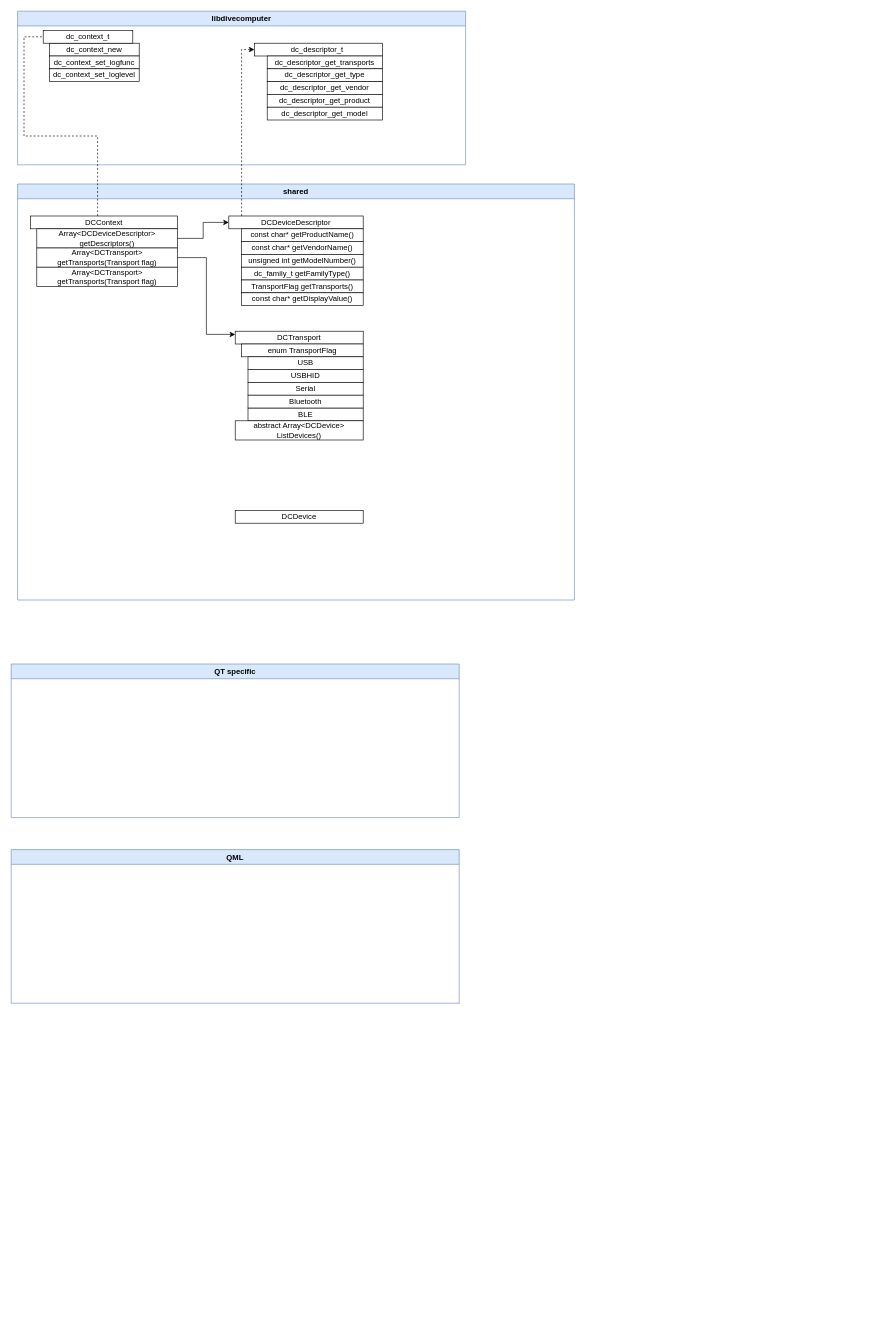
This is qt-libdivecomputer.drawio from blackshadev/qt-dive-uploader, a draw.io file, before an edit. Source tidied: cells renumbered, new cells numbered last; positions are measured from the earlier drawing's top-left corner, leaving out a move shared by most shapes. Both pictures are drawn from the tidied source at 64%, with x=0, y=0 at pixel (11, 11).
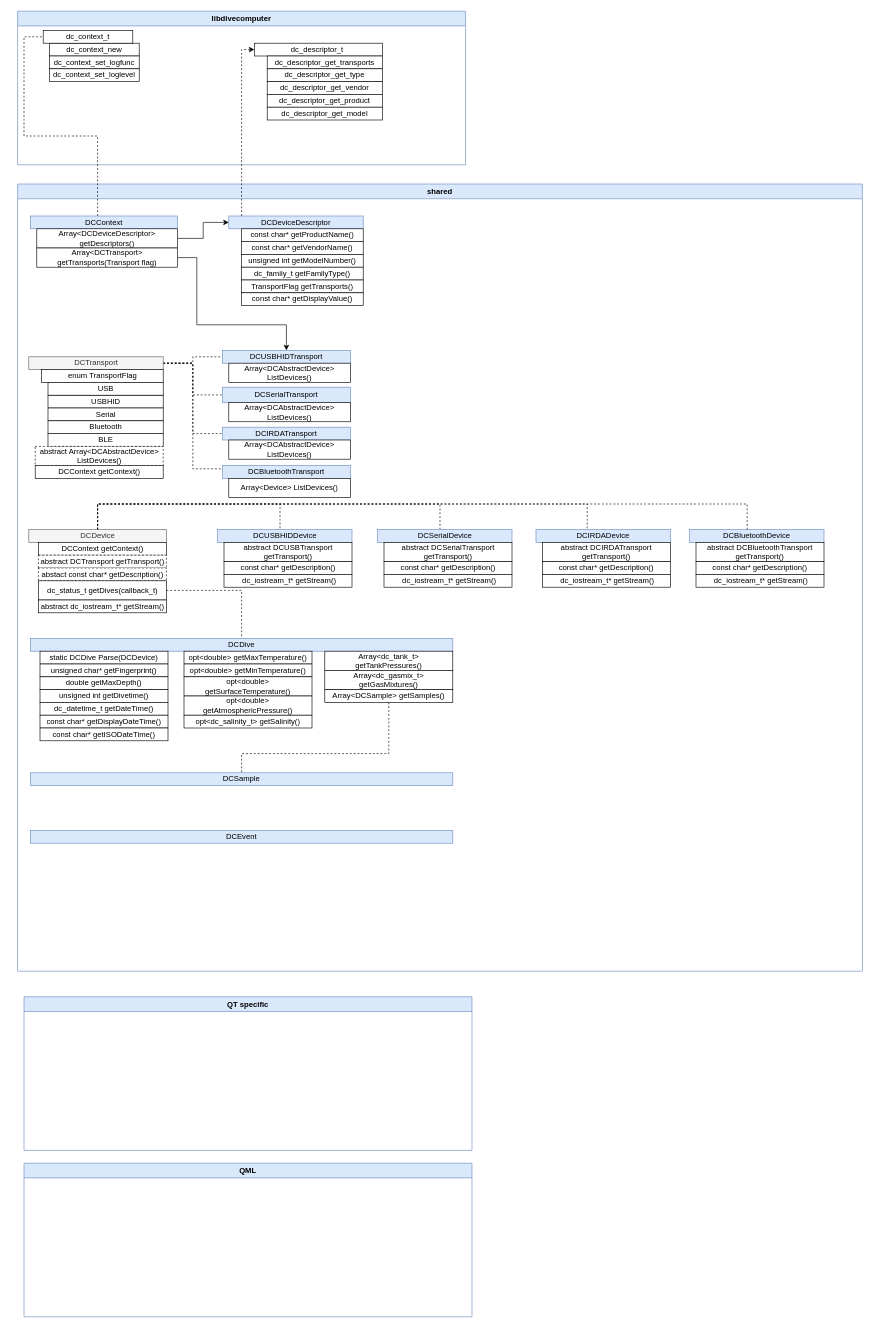
Above is the later version.

Unchanged cells that the change refers to:
```xml
<mxCell id="31" value="Array&amp;lt;DCTransport&amp;gt; getTransports(Transport flag)" style="rounded=0;whiteSpace=wrap;html=1;" parent="13" vertex="1">
  <mxGeometry x="30" y="100" width="220" height="30" as="geometry" />
</mxCell>
```

What changed in the source:
```diff
@@
     <mxCell id="13" value="shared" style="swimlane;fillColor=#dae8fc;strokeColor=#6c8ebf;" parent="1" vertex="1">
-      <mxGeometry x="10" y="270" width="870" height="650" as="geometry" />
+      <mxGeometry x="10" y="270" width="1320" height="1230" as="geometry" />
     </mxCell>
-    <mxCell id="14" value="DCContext" style="rounded=0;whiteSpace=wrap;html=1;" parent="13" vertex="1">
+    <mxCell id="14" value="DCContext" style="rounded=0;whiteSpace=wrap;html=1;fillColor=#dae8fc;strokeColor=#6c8ebf;" parent="13" vertex="1">
       <mxGeometry x="20" y="50" width="230" height="20" as="geometry" />
     </mxCell>
@@
-    <mxCell id="17" value="DCDeviceDescriptor" style="rounded=0;whiteSpace=wrap;html=1;" parent="13" vertex="1">
+    <mxCell id="17" value="DCDeviceDescriptor" style="rounded=0;whiteSpace=wrap;html=1;fillColor=#dae8fc;strokeColor=#6c8ebf;" parent="13" vertex="1">
       <mxGeometry x="330" y="50" width="210" height="20" as="geometry" />
     </mxCell>
@@
     <mxCell id="23" value="BLE" style="rounded=0;whiteSpace=wrap;html=1;" parent="13" vertex="1">
-      <mxGeometry x="360" y="350" width="180" height="20" as="geometry" />
+      <mxGeometry x="47.5" y="390" width="180" height="20" as="geometry" />
     </mxCell>
+    <mxCell id="40" style="edgeStyle=orthogonalEdgeStyle;rounded=0;jettySize=auto;html=1;entryX=0;entryY=0.5;entryDx=0;entryDy=0;endArrow=none;endFill=0;dashed=1;" parent="13" edge="1" source="24" target="48">
+      <mxGeometry relative="1" as="geometry" />
+    </mxCell>
+    <mxCell id="41" style="edgeStyle=orthogonalEdgeStyle;rounded=0;jettySize=auto;html=1;entryX=0;entryY=0.5;entryDx=0;entryDy=0;dashed=1;endArrow=none;endFill=0;" parent="13" edge="1" source="24" target="49">
+      <mxGeometry relative="1" as="geometry" />
+    </mxCell>
+    <mxCell id="42" style="edgeStyle=orthogonalEdgeStyle;rounded=0;jettySize=auto;html=1;entryX=0;entryY=0.5;entryDx=0;entryDy=0;dashed=1;endArrow=none;endFill=0;" parent="13" edge="1" source="24" target="50">
+      <mxGeometry relative="1" as="geometry" />
+    </mxCell>
+    <mxCell id="43" style="edgeStyle=orthogonalEdgeStyle;rounded=0;jettySize=auto;html=1;entryX=0;entryY=0.25;entryDx=0;entryDy=0;dashed=1;endArrow=none;endFill=0;" parent="13" edge="1" source="24" target="51">
+      <mxGeometry relative="1" as="geometry" />
+    </mxCell>
-    <mxCell id="24" value="DCTransport" style="rounded=0;whiteSpace=wrap;html=1;" parent="13" vertex="1">
-      <mxGeometry x="340" y="230" width="200" height="20" as="geometry" />
+    <mxCell id="24" value="DCTransport" style="rounded=0;whiteSpace=wrap;html=1;fillColor=#f5f5f5;strokeColor=#666666;fontColor=#333333;" parent="13" vertex="1">
+      <mxGeometry x="17.5" y="270" width="210" height="20" as="geometry" />
     </mxCell>
     <mxCell id="25" value="enum TransportFlag" style="rounded=0;whiteSpace=wrap;html=1;" parent="13" vertex="1">
-      <mxGeometry x="350" y="250" width="190" height="20" as="geometry" />
+      <mxGeometry x="37.5" y="290" width="190" height="20" as="geometry" />
     </mxCell>
     <mxCell id="26" value="USBHID" style="rounded=0;whiteSpace=wrap;html=1;" parent="13" vertex="1">
-      <mxGeometry x="360" y="290" width="180" height="20" as="geometry" />
+      <mxGeometry x="47.5" y="330" width="180" height="20" as="geometry" />
     </mxCell>
     <mxCell id="27" value="USB" style="rounded=0;whiteSpace=wrap;html=1;" parent="13" vertex="1">
-      <mxGeometry x="360" y="270" width="180" height="20" as="geometry" />
+      <mxGeometry x="47.5" y="310" width="180" height="20" as="geometry" />
     </mxCell>
     <mxCell id="28" value="Serial" style="rounded=0;whiteSpace=wrap;html=1;" parent="13" vertex="1">
-      <mxGeometry x="360" y="310" width="180" height="20" as="geometry" />
+      <mxGeometry x="47.5" y="350" width="180" height="20" as="geometry" />
     </mxCell>
     <mxCell id="29" value="Bluetooth" style="rounded=0;whiteSpace=wrap;html=1;" parent="13" vertex="1">
-      <mxGeometry x="360" y="330" width="180" height="20" as="geometry" />
+      <mxGeometry x="47.5" y="370" width="180" height="20" as="geometry" />
     </mxCell>
-    <mxCell id="30" style="edgeStyle=orthogonalEdgeStyle;rounded=0;jettySize=auto;html=1;entryX=0;entryY=0.25;entryDx=0;entryDy=0;endArrow=classic;endFill=1;" parent="13" edge="1" source="31" target="24">
-      <mxGeometry relative="1" as="geometry" />
-    </mxCell>
+    <mxCell id="44" style="edgeStyle=orthogonalEdgeStyle;rounded=0;jettySize=auto;html=1;endArrow=classic;endFill=1;" parent="13" edge="1" source="31" target="48">
+      <mxGeometry relative="1" as="geometry">
+        <Array as="points">
+          <mxPoint x="280" y="115" />
+          <mxPoint x="280" y="220" />
+          <mxPoint x="420" y="220" />
+        </Array>
+      </mxGeometry>
+    </mxCell>
@@
-    <mxCell id="32" value="abstract Array&amp;lt;DCDevice&amp;gt; ListDevices()" style="rounded=0;whiteSpace=wrap;html=1;" parent="13" vertex="1">
-      <mxGeometry x="340" y="370" width="200" height="30" as="geometry" />
+    <mxCell id="32" value="abstract Array&amp;lt;DCAbstractDevice&amp;gt; ListDevices()" style="rounded=0;whiteSpace=wrap;html=1;dashed=1;" parent="13" vertex="1">
+      <mxGeometry x="27.5" y="410" width="200" height="30" as="geometry" />
     </mxCell>
@@
+    <mxCell id="45" style="edgeStyle=orthogonalEdgeStyle;rounded=0;jettySize=auto;html=1;endArrow=none;endFill=0;strokeColor=#000000;dashed=1;" parent="13" edge="1" source="34" target="55">
+      <mxGeometry relative="1" as="geometry">
+        <Array as="points">
+          <mxPoint x="125" y="500" />
+          <mxPoint x="410" y="500" />
+        </Array>
+      </mxGeometry>
+    </mxCell>
+    <mxCell id="46" style="edgeStyle=orthogonalEdgeStyle;rounded=0;jettySize=auto;html=1;dashed=1;endArrow=none;endFill=0;strokeColor=#000000;" parent="13" edge="1" source="34" target="59">
+      <mxGeometry relative="1" as="geometry">
+        <Array as="points">
+          <mxPoint x="125" y="500" />
+          <mxPoint x="660" y="500" />
+        </Array>
+      </mxGeometry>
+    </mxCell>
+    <mxCell id="47" style="edgeStyle=orthogonalEdgeStyle;rounded=0;jettySize=auto;html=1;dashed=1;endArrow=none;endFill=0;strokeColor=#000000;" parent="13" edge="1" source="34" target="66">
+      <mxGeometry relative="1" as="geometry">
+        <Array as="points">
+          <mxPoint x="125" y="500" />
+          <mxPoint x="890" y="500" />
+        </Array>
+      </mxGeometry>
+    </mxCell>
-    <mxCell id="34" value="DCDevice" style="rounded=0;whiteSpace=wrap;html=1;" parent="13" vertex="1">
-      <mxGeometry x="340" y="510" width="200" height="20" as="geometry" />
+    <mxCell id="34" value="DCDevice" style="rounded=0;whiteSpace=wrap;html=1;fillColor=#f5f5f5;strokeColor=#666666;fontColor=#333333;" parent="13" vertex="1">
+      <mxGeometry x="17.5" y="540" width="215" height="20" as="geometry" />
     </mxCell>
-    <mxCell id="35" value="Array&amp;lt;DCTransport&amp;gt; getTransports(Transport flag)" style="rounded=0;whiteSpace=wrap;html=1;" parent="13" vertex="1">
-      <mxGeometry x="30" y="130" width="220" height="30" as="geometry" />
-    </mxCell>
+    <mxCell id="48" value="DCUSBHIDTransport" style="rounded=0;whiteSpace=wrap;html=1;fillColor=#dae8fc;strokeColor=#6c8ebf;" parent="13" vertex="1">
+      <mxGeometry x="320" y="260" width="200" height="20" as="geometry" />
+    </mxCell>
+    <mxCell id="49" value="DCSerialTransport" style="rounded=0;whiteSpace=wrap;html=1;fillColor=#dae8fc;strokeColor=#6c8ebf;" parent="13" vertex="1">
+      <mxGeometry x="320" y="317.5" width="200" height="24" as="geometry" />
+    </mxCell>
+    <mxCell id="50" value="DCIRDATransport" style="rounded=0;whiteSpace=wrap;html=1;fillColor=#dae8fc;strokeColor=#6c8ebf;" parent="13" vertex="1">
+      <mxGeometry x="320" y="380" width="200" height="20" as="geometry" />
+    </mxCell>
+    <mxCell id="51" value="DCBluetoothTransport" style="rounded=0;whiteSpace=wrap;html=1;fillColor=#dae8fc;strokeColor=#6c8ebf;" parent="13" vertex="1">
+      <mxGeometry x="320" y="440" width="200" height="20" as="geometry" />
+    </mxCell>
+    <mxCell id="52" value="DCContext getContext()" style="rounded=0;whiteSpace=wrap;html=1;" parent="13" vertex="1">
+      <mxGeometry x="27.5" y="440" width="200" height="20" as="geometry" />
+    </mxCell>
+    <mxCell id="53" value="DCContext getContext()" style="rounded=0;whiteSpace=wrap;html=1;" parent="13" vertex="1">
+      <mxGeometry x="32.5" y="560" width="200" height="20" as="geometry" />
+    </mxCell>
+    <mxCell id="54" value="abstract DCTransport getTransport()" style="rounded=0;whiteSpace=wrap;html=1;dashed=1;" parent="13" vertex="1">
+      <mxGeometry x="32.5" y="580" width="200" height="20" as="geometry" />
+    </mxCell>
+    <mxCell id="55" value="DCUSBHIDDevice" style="rounded=0;whiteSpace=wrap;html=1;fillColor=#dae8fc;strokeColor=#6c8ebf;" parent="13" vertex="1">
+      <mxGeometry x="312.5" y="540" width="210" height="20" as="geometry" />
+    </mxCell>
+    <mxCell id="56" value="abstact const char* getDescription()" style="rounded=0;whiteSpace=wrap;html=1;dashed=1;" parent="13" vertex="1">
+      <mxGeometry x="32.5" y="600" width="200" height="20" as="geometry" />
+    </mxCell>
+    <mxCell id="57" value="abstract DCUSBTransport getTransport()" style="rounded=0;whiteSpace=wrap;html=1;" parent="13" vertex="1">
+      <mxGeometry x="322.5" y="560" width="200" height="30" as="geometry" />
+    </mxCell>
+    <mxCell id="58" value="const char* getDescription()" style="rounded=0;whiteSpace=wrap;html=1;" parent="13" vertex="1">
+      <mxGeometry x="322.5" y="590" width="200" height="20" as="geometry" />
+    </mxCell>
+    <mxCell id="59" value="DCSerialDevice" style="rounded=0;whiteSpace=wrap;html=1;fillColor=#dae8fc;strokeColor=#6c8ebf;" parent="13" vertex="1">
+      <mxGeometry x="562.5" y="540" width="210" height="20" as="geometry" />
+    </mxCell>
+    <mxCell id="60" value="abstract DCSerialTransport getTransport()" style="rounded=0;whiteSpace=wrap;html=1;" parent="13" vertex="1">
+      <mxGeometry x="572.5" y="560" width="200" height="30" as="geometry" />
+    </mxCell>
+    <mxCell id="61" value="const char* getDescription()" style="rounded=0;whiteSpace=wrap;html=1;" parent="13" vertex="1">
+      <mxGeometry x="572.5" y="590" width="200" height="20" as="geometry" />
+    </mxCell>
+    <mxCell id="62" value="Array&amp;lt;DCAbstractDevice&amp;gt; ListDevices()" style="rounded=0;whiteSpace=wrap;html=1;" parent="13" vertex="1">
+      <mxGeometry x="330" y="280" width="190" height="30" as="geometry" />
+    </mxCell>
+    <mxCell id="63" value="Array&amp;lt;DCAbstractDevice&amp;gt; ListDevices()" style="rounded=0;whiteSpace=wrap;html=1;" parent="13" vertex="1">
+      <mxGeometry x="330" y="341.5" width="190" height="30" as="geometry" />
+    </mxCell>
+    <mxCell id="64" value="Array&amp;lt;DCAbstractDevice&amp;gt; ListDevices()" style="rounded=0;whiteSpace=wrap;html=1;" parent="13" vertex="1">
+      <mxGeometry x="330" y="400" width="190" height="30" as="geometry" />
+    </mxCell>
+    <mxCell id="65" value="Array&amp;lt;Device&amp;gt; ListDevices()" style="rounded=0;whiteSpace=wrap;html=1;" parent="13" vertex="1">
+      <mxGeometry x="330" y="460" width="190" height="30" as="geometry" />
+    </mxCell>
+    <mxCell id="66" value="DCIRDADevice" style="rounded=0;whiteSpace=wrap;html=1;fillColor=#dae8fc;strokeColor=#6c8ebf;" parent="13" vertex="1">
+      <mxGeometry x="810" y="540" width="210" height="20" as="geometry" />
+    </mxCell>
+    <mxCell id="67" value="abstract DCIRDATransport getTransport()" style="rounded=0;whiteSpace=wrap;html=1;" parent="13" vertex="1">
+      <mxGeometry x="820" y="560" width="200" height="30" as="geometry" />
+    </mxCell>
+    <mxCell id="68" value="const char* getDescription()" style="rounded=0;whiteSpace=wrap;html=1;" parent="13" vertex="1">
+      <mxGeometry x="820" y="590" width="200" height="20" as="geometry" />
+    </mxCell>
+    <mxCell id="69" value="DCBluetoothDevice" style="rounded=0;whiteSpace=wrap;html=1;fillColor=#dae8fc;strokeColor=#6c8ebf;" parent="13" vertex="1">
+      <mxGeometry x="1050" y="540" width="210" height="20" as="geometry" />
+    </mxCell>
+    <mxCell id="70" value="abstract DCBluetoothTransport getTransport()" style="rounded=0;whiteSpace=wrap;html=1;" parent="13" vertex="1">
+      <mxGeometry x="1060" y="560" width="200" height="30" as="geometry" />
+    </mxCell>
+    <mxCell id="71" value="const char* getDescription()" style="rounded=0;whiteSpace=wrap;html=1;" parent="13" vertex="1">
+      <mxGeometry x="1060" y="590" width="200" height="20" as="geometry" />
+    </mxCell>
+    <mxCell id="72" style="edgeStyle=orthogonalEdgeStyle;rounded=0;jettySize=auto;html=1;dashed=1;endArrow=none;endFill=0;strokeColor=#000000;" parent="13" edge="1" source="34" target="69">
+      <mxGeometry relative="1" as="geometry">
+        <Array as="points">
+          <mxPoint x="125" y="500" />
+          <mxPoint x="1140" y="500" />
+        </Array>
+      </mxGeometry>
+    </mxCell>
+    <mxCell id="73" style="edgeStyle=orthogonalEdgeStyle;rounded=0;jettySize=auto;html=1;dashed=1;endArrow=none;endFill=0;strokeColor=#000000;" parent="13" edge="1" source="74" target="80">
+      <mxGeometry relative="1" as="geometry">
+        <Array as="points">
+          <mxPoint x="350" y="635" />
+        </Array>
+      </mxGeometry>
+    </mxCell>
+    <mxCell id="74" value="dc_status_t getDives(callback_t)" style="rounded=0;whiteSpace=wrap;html=1;" parent="13" vertex="1">
+      <mxGeometry x="32.5" y="620" width="200" height="30" as="geometry" />
+    </mxCell>
+    <mxCell id="75" value="abstract dc_iostream_t* getStream()" style="rounded=0;whiteSpace=wrap;html=1;" parent="13" vertex="1">
+      <mxGeometry x="32.5" y="650" width="200" height="20" as="geometry" />
+    </mxCell>
+    <mxCell id="76" value="&amp;nbsp;dc_iostream_t* getStream()" style="rounded=0;whiteSpace=wrap;html=1;" parent="13" vertex="1">
+      <mxGeometry x="322.5" y="610" width="200" height="20" as="geometry" />
+    </mxCell>
+    <mxCell id="77" value="&amp;nbsp;dc_iostream_t* getStream()" style="rounded=0;whiteSpace=wrap;html=1;" parent="13" vertex="1">
+      <mxGeometry x="572.5" y="610" width="200" height="20" as="geometry" />
+    </mxCell>
+    <mxCell id="78" value="&amp;nbsp;dc_iostream_t* getStream()" style="rounded=0;whiteSpace=wrap;html=1;" parent="13" vertex="1">
+      <mxGeometry x="820" y="610" width="200" height="20" as="geometry" />
+    </mxCell>
+    <mxCell id="79" value="&amp;nbsp;dc_iostream_t* getStream()" style="rounded=0;whiteSpace=wrap;html=1;" parent="13" vertex="1">
+      <mxGeometry x="1060" y="610" width="200" height="20" as="geometry" />
+    </mxCell>
+    <mxCell id="80" value="DCDive" style="rounded=0;whiteSpace=wrap;html=1;fillColor=#dae8fc;strokeColor=#6c8ebf;" parent="13" vertex="1">
+      <mxGeometry x="20" y="710" width="660" height="20" as="geometry" />
+    </mxCell>
+    <mxCell id="81" value="static DCDive Parse(DCDevice)" style="rounded=0;whiteSpace=wrap;html=1;" parent="13" vertex="1">
+      <mxGeometry x="35" y="730" width="200" height="20" as="geometry" />
+    </mxCell>
+    <mxCell id="82" value="unsigned char* getFingerprint()" style="rounded=0;whiteSpace=wrap;html=1;" parent="13" vertex="1">
+      <mxGeometry x="35" y="750" width="200" height="20" as="geometry" />
+    </mxCell>
+    <mxCell id="83" value="double getMaxDepth()" style="rounded=0;whiteSpace=wrap;html=1;" parent="13" vertex="1">
+      <mxGeometry x="35" y="770" width="200" height="20" as="geometry" />
+    </mxCell>
+    <mxCell id="84" value="unsigned int getDivetime()" style="rounded=0;whiteSpace=wrap;html=1;" parent="13" vertex="1">
+      <mxGeometry x="35" y="790" width="200" height="20" as="geometry" />
+    </mxCell>
+    <mxCell id="85" value="dc_datetime_t getDateTime()" style="rounded=0;whiteSpace=wrap;html=1;" parent="13" vertex="1">
+      <mxGeometry x="35" y="810" width="200" height="20" as="geometry" />
+    </mxCell>
+    <mxCell id="86" value="const char* getDisplayDateTime()" style="rounded=0;whiteSpace=wrap;html=1;" parent="13" vertex="1">
+      <mxGeometry x="35" y="830" width="200" height="20" as="geometry" />
+    </mxCell>
+    <mxCell id="87" value="const char* getISODateTime()" style="rounded=0;whiteSpace=wrap;html=1;" parent="13" vertex="1">
+      <mxGeometry x="35" y="850" width="200" height="20" as="geometry" />
+    </mxCell>
+    <mxCell id="88" value="opt&amp;lt;double&amp;gt; getMaxTemperature()" style="rounded=0;whiteSpace=wrap;html=1;" parent="13" vertex="1">
+      <mxGeometry x="260" y="730" width="200" height="20" as="geometry" />
+    </mxCell>
+    <mxCell id="89" value="opt&amp;lt;double&amp;gt; getMinTemperature()" style="rounded=0;whiteSpace=wrap;html=1;" parent="13" vertex="1">
+      <mxGeometry x="260" y="750" width="200" height="20" as="geometry" />
+    </mxCell>
+    <mxCell id="90" value="opt&amp;lt;double&amp;gt; getSurfaceTemperature()" style="rounded=0;whiteSpace=wrap;html=1;" parent="13" vertex="1">
+      <mxGeometry x="260" y="770" width="200" height="30" as="geometry" />
+    </mxCell>
+    <mxCell id="91" value="opt&amp;lt;double&amp;gt; getAtmosphericPressure()" style="rounded=0;whiteSpace=wrap;html=1;" parent="13" vertex="1">
+      <mxGeometry x="260" y="800" width="200" height="30" as="geometry" />
+    </mxCell>
+    <mxCell id="92" value="opt&amp;lt;dc_salinity_t&amp;gt; getSalinity()" style="rounded=0;whiteSpace=wrap;html=1;" parent="13" vertex="1">
+      <mxGeometry x="260" y="830" width="200" height="20" as="geometry" />
+    </mxCell>
+    <mxCell id="93" value="Array&amp;lt;dc_tank_t&amp;gt; getTankPressures()" style="rounded=0;whiteSpace=wrap;html=1;" parent="13" vertex="1">
+      <mxGeometry x="480" y="730" width="200" height="30" as="geometry" />
+    </mxCell>
+    <mxCell id="94" value="Array&amp;lt;dc_gasmix_t&amp;gt; getGasMixtures()" style="rounded=0;whiteSpace=wrap;html=1;" parent="13" vertex="1">
+      <mxGeometry x="480" y="760" width="200" height="30" as="geometry" />
+    </mxCell>
+    <mxCell id="95" style="edgeStyle=orthogonalEdgeStyle;rounded=0;jettySize=auto;html=1;dashed=1;endArrow=none;endFill=0;strokeColor=#000000;" parent="13" edge="1" source="96" target="97">
+      <mxGeometry relative="1" as="geometry">
+        <Array as="points">
+          <mxPoint x="580" y="890" />
+          <mxPoint x="350" y="890" />
+        </Array>
+      </mxGeometry>
+    </mxCell>
+    <mxCell id="96" value="Array&amp;lt;DCSample&amp;gt; getSamples()" style="rounded=0;whiteSpace=wrap;html=1;" parent="13" vertex="1">
+      <mxGeometry x="480" y="790" width="200" height="20" as="geometry" />
+    </mxCell>
+    <mxCell id="97" value="DCSample" style="rounded=0;whiteSpace=wrap;html=1;fillColor=#dae8fc;strokeColor=#6c8ebf;" parent="13" vertex="1">
+      <mxGeometry x="20" y="920" width="660" height="20" as="geometry" />
+    </mxCell>
+    <mxCell id="98" value="DCEvent" style="rounded=0;whiteSpace=wrap;html=1;fillColor=#dae8fc;strokeColor=#6c8ebf;" parent="13" vertex="1">
+      <mxGeometry x="20" y="1010" width="660" height="20" as="geometry" />
+    </mxCell>
     <mxCell id="36" value="QT specific" style="swimlane;fillColor=#dae8fc;strokeColor=#6c8ebf;" parent="1" vertex="1">
-      <mxGeometry y="1020" width="700" height="240" as="geometry" />
+      <mxGeometry x="20" y="1540" width="700" height="240" as="geometry" />
     </mxCell>
     <mxCell id="37" value="QML" style="swimlane;fillColor=#dae8fc;strokeColor=#6c8ebf;" parent="1" vertex="1">
-      <mxGeometry y="1310" width="700" height="240" as="geometry" />
+      <mxGeometry x="20" y="1800" width="700" height="240" as="geometry" />
     </mxCell>
```
